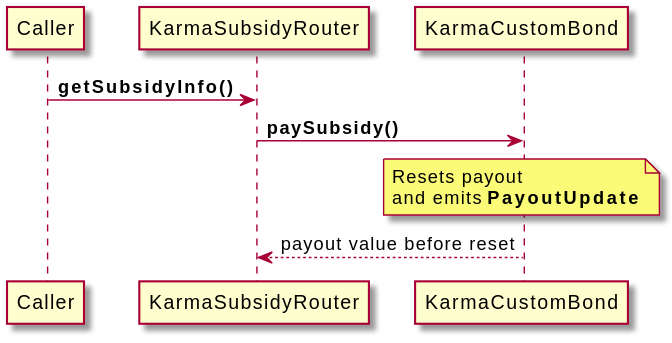
This is Karma-Bond/Contracts/Karma-SubsidyRouter/docs/uml/getSubsidyInfo.svg from Karma-Finance/karma-scores, a PlantUML export, as it was before one commit. Its diagram source:
```plantuml
@startuml
Caller -> KarmaSubsidyRouter : **getSubsidyInfo()**

KarmaSubsidyRouter -> KarmaCustomBond : **paySubsidy()**

note over KarmaCustomBond : Resets payout \nand emits **PayoutUpdate**

return payout value before reset
@enduml
```
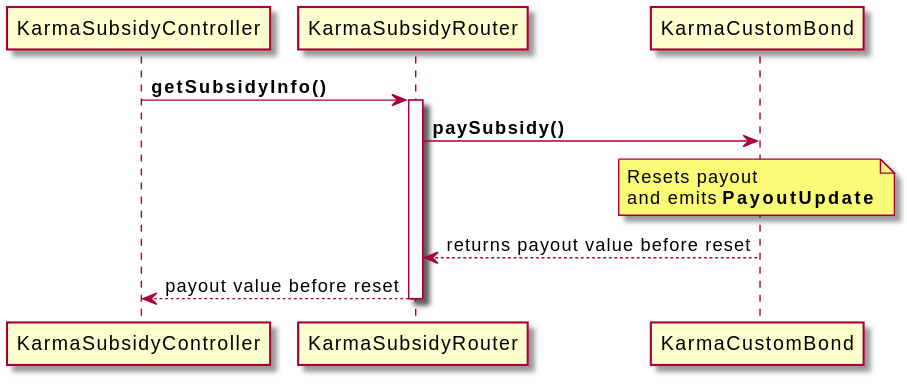
After the commit.

Commit message:
Improve Subsidy Router documentation

The edit, as a diff of the source:
```diff
@@ -1,9 +1,11 @@
 @startuml
-Caller -> KarmaSubsidyRouter : **getSubsidyInfo()**
+KarmaSubsidyController -> KarmaSubsidyRouter ++ : **getSubsidyInfo()**
 
 KarmaSubsidyRouter -> KarmaCustomBond : **paySubsidy()**
 
 note over KarmaCustomBond : Resets payout \nand emits **PayoutUpdate**
 
+KarmaCustomBond --> KarmaSubsidyRouter : returns payout value before reset
+
 return payout value before reset
 @enduml
```
